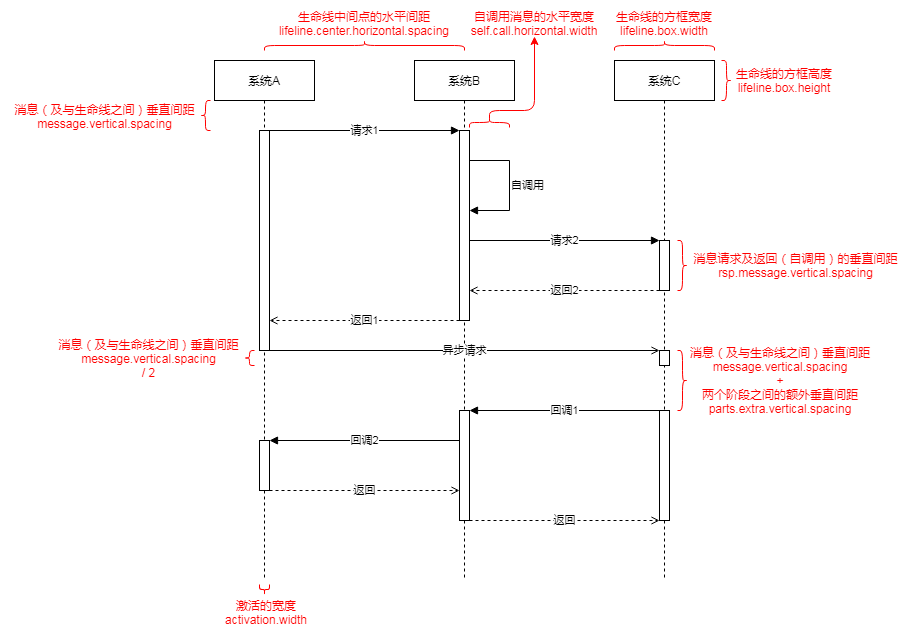
The draw.io diagram pic/position_example.png in Adrninistrator/uml-sequence-diagram-drawio, before a commit. Source tidied: cells renumbered, new cells last; positions are measured from the earlier drawing's top-left corner, leaving out a move shared by most shapes. Its diagram source:
```xml
<mxGraphModel>
  <root>
    <mxCell id="0" />
    <mxCell id="1" parent="0" />
    <mxCell id="2" value="系统A" style="whiteSpace=wrap;shape=umlLifeline;size=40;perimeter=lifelinePerimeter;html=1;" parent="1" vertex="1">
      <mxGeometry x="204" y="115" width="100" height="520" as="geometry" />
    </mxCell>
    <mxCell id="3" value="系统B" style="whiteSpace=wrap;shape=umlLifeline;size=40;perimeter=lifelinePerimeter;html=1;" parent="1" vertex="1">
      <mxGeometry x="404" y="115" width="100" height="520" as="geometry" />
    </mxCell>
    <mxCell id="4" value="系统C" style="whiteSpace=wrap;shape=umlLifeline;size=40;perimeter=lifelinePerimeter;html=1;" parent="1" vertex="1">
      <mxGeometry x="604" y="115" width="100" height="520" as="geometry" />
    </mxCell>
    <mxCell id="5" style="perimeter=orthogonalPerimeter;html=1;" parent="1" vertex="1">
      <mxGeometry x="249" y="185" width="10" height="220" as="geometry" />
    </mxCell>
    <mxCell id="6" style="perimeter=orthogonalPerimeter;html=1;" parent="1" vertex="1">
      <mxGeometry x="249" y="495" width="10" height="50" as="geometry" />
    </mxCell>
    <mxCell id="7" style="perimeter=orthogonalPerimeter;html=1;" parent="1" vertex="1">
      <mxGeometry x="449" y="185" width="10" height="190" as="geometry" />
    </mxCell>
    <mxCell id="8" style="perimeter=orthogonalPerimeter;html=1;" parent="1" vertex="1">
      <mxGeometry x="449" y="465" width="10" height="110" as="geometry" />
    </mxCell>
    <mxCell id="9" style="perimeter=orthogonalPerimeter;html=1;" parent="1" vertex="1">
      <mxGeometry x="649" y="295" width="10" height="50" as="geometry" />
    </mxCell>
    <mxCell id="10" style="perimeter=orthogonalPerimeter;html=1;" parent="1" vertex="1">
      <mxGeometry x="649" y="405" width="10" height="15" as="geometry" />
    </mxCell>
    <mxCell id="11" style="perimeter=orthogonalPerimeter;html=1;" parent="1" vertex="1">
      <mxGeometry x="649" y="465" width="10" height="110" as="geometry" />
    </mxCell>
    <mxCell id="12" value="请求1" style="endFill=1;html=1;endArrow=block;" parent="1" edge="1">
      <mxGeometry relative="1" as="geometry">
        <mxPoint x="259" y="185" as="sourcePoint" />
        <mxPoint x="449" y="185" as="targetPoint" />
      </mxGeometry>
    </mxCell>
    <mxCell id="13" value="自调用" style="endFill=1;rounded=0;html=1;endArrow=block;align=left;" parent="1" edge="1">
      <mxGeometry relative="1" as="geometry">
        <mxPoint x="459" y="215" as="sourcePoint" />
        <mxPoint x="459" y="265" as="targetPoint" />
        <Array as="points">
          <mxPoint x="499" y="215" />
          <mxPoint x="499" y="265" />
        </Array>
      </mxGeometry>
    </mxCell>
    <mxCell id="14" value="请求2" style="endFill=1;html=1;endArrow=block;" parent="1" edge="1">
      <mxGeometry relative="1" as="geometry">
        <mxPoint x="459" y="295" as="sourcePoint" />
        <mxPoint x="649" y="295" as="targetPoint" />
      </mxGeometry>
    </mxCell>
    <mxCell id="15" value="返回2" style="dashed=1;endFill=0;html=1;endArrow=open;" parent="1" edge="1">
      <mxGeometry relative="1" as="geometry">
        <mxPoint x="649" y="345" as="sourcePoint" />
        <mxPoint x="459" y="345" as="targetPoint" />
      </mxGeometry>
    </mxCell>
    <mxCell id="16" value="返回1" style="dashed=1;endFill=0;html=1;endArrow=open;" parent="1" edge="1">
      <mxGeometry relative="1" as="geometry">
        <mxPoint x="449" y="375" as="sourcePoint" />
        <mxPoint x="259" y="375" as="targetPoint" />
      </mxGeometry>
    </mxCell>
    <mxCell id="17" value="异步请求" style="endFill=0;html=1;endArrow=open;" parent="1" edge="1">
      <mxGeometry relative="1" as="geometry">
        <mxPoint x="259" y="405" as="sourcePoint" />
        <mxPoint x="649" y="405" as="targetPoint" />
      </mxGeometry>
    </mxCell>
    <mxCell id="18" value="回调1" style="endFill=1;html=1;endArrow=block;" parent="1" edge="1">
      <mxGeometry relative="1" as="geometry">
        <mxPoint x="649" y="465" as="sourcePoint" />
        <mxPoint x="459" y="465" as="targetPoint" />
      </mxGeometry>
    </mxCell>
    <mxCell id="19" value="回调2" style="endFill=1;html=1;endArrow=block;" parent="1" edge="1">
      <mxGeometry relative="1" as="geometry">
        <mxPoint x="449" y="495" as="sourcePoint" />
        <mxPoint x="259" y="495" as="targetPoint" />
      </mxGeometry>
    </mxCell>
    <mxCell id="20" value="返回" style="dashed=1;endFill=0;html=1;endArrow=open;" parent="1" edge="1">
      <mxGeometry relative="1" as="geometry">
        <mxPoint x="259" y="545" as="sourcePoint" />
        <mxPoint x="449" y="545" as="targetPoint" />
      </mxGeometry>
    </mxCell>
    <mxCell id="21" value="返回" style="dashed=1;endFill=0;html=1;endArrow=open;" parent="1" edge="1">
      <mxGeometry relative="1" as="geometry">
        <mxPoint x="459" y="575" as="sourcePoint" />
        <mxPoint x="649" y="575" as="targetPoint" />
      </mxGeometry>
    </mxCell>
    <mxCell id="22" style="shape=curlyBracket;whiteSpace=wrap;html=1;rounded=1;strokeColor=#FF0000;" parent="1" vertex="1">
      <mxGeometry x="190" y="155" width="10" height="30" as="geometry" />
    </mxCell>
    <mxCell id="23" value="&lt;font color=&quot;#ff0000&quot;&gt;消息（及与生命线之间）垂直间距&lt;br&gt;message.vertical.spacing&lt;br&gt;&lt;/font&gt;" style="text;whiteSpace=wrap;html=1;align=center;verticalAlign=middle;" parent="1" vertex="1">
      <mxGeometry y="158" width="189" height="25" as="geometry" />
    </mxCell>
    <mxCell id="24" style="shape=curlyBracket;whiteSpace=wrap;html=1;rounded=1;strokeColor=#FF0000;" parent="1" vertex="1">
      <mxGeometry x="234" y="405" width="10" height="15" as="geometry" />
    </mxCell>
    <mxCell id="25" value="&lt;font color=&quot;#ff0000&quot;&gt;消息（及与生命线之间）垂直间距&lt;br&gt;message.vertical.spacing&lt;br&gt;/ 2&lt;/font&gt;" style="text;whiteSpace=wrap;html=1;align=center;verticalAlign=middle;" parent="1" vertex="1">
      <mxGeometry x="44" y="384.5" width="189" height="56" as="geometry" />
    </mxCell>
    <mxCell id="26" style="shape=curlyBracket;whiteSpace=wrap;html=1;rounded=1;strokeColor=#FF0000;rotation=-91;" parent="1" vertex="1">
      <mxGeometry x="249" y="639" width="10" height="10" as="geometry" />
    </mxCell>
    <mxCell id="27" value="&lt;div&gt;&lt;font color=&quot;#ff0000&quot;&gt;激活的宽度&lt;/font&gt;&lt;/div&gt;&lt;div&gt;&lt;font color=&quot;#ff0000&quot;&gt;activation.width&lt;/font&gt;&lt;/div&gt;" style="text;whiteSpace=wrap;html=1;align=center;verticalAlign=middle;" parent="1" vertex="1">
      <mxGeometry x="214" y="654" width="84" height="25" as="geometry" />
    </mxCell>
    <mxCell id="28" style="shape=curlyBracket;whiteSpace=wrap;html=1;rounded=1;strokeColor=#FF0000;rotation=90;" parent="1" vertex="1">
      <mxGeometry x="349" width="10" height="200" as="geometry" />
    </mxCell>
    <mxCell id="29" value="&lt;font color=&quot;#ff0000&quot;&gt;生命线中间点的水平间距&lt;br&gt;lifeline.center.horizontal.spacing&lt;/font&gt;" style="text;whiteSpace=wrap;html=1;align=center;verticalAlign=middle;" parent="1" vertex="1">
      <mxGeometry x="254" y="65" width="200" height="26" as="geometry" />
    </mxCell>
    <mxCell id="30" style="shape=curlyBracket;whiteSpace=wrap;html=1;rounded=1;strokeColor=#FF0000;rotation=90;" parent="1" vertex="1">
      <mxGeometry x="649" y="50" width="10" height="100" as="geometry" />
    </mxCell>
    <mxCell id="31" value="&lt;div&gt;&lt;font color=&quot;#ff0000&quot;&gt;生命线的方框宽度&lt;/font&gt;&lt;/div&gt;&lt;div&gt;&lt;font color=&quot;#ff0000&quot;&gt;lifeline.box.width&lt;/font&gt;&lt;/div&gt;" style="text;whiteSpace=wrap;html=1;align=center;verticalAlign=middle;" parent="1" vertex="1">
      <mxGeometry x="604" y="65" width="100" height="26" as="geometry" />
    </mxCell>
    <mxCell id="32" value="&lt;div&gt;&lt;font color=&quot;#ff0000&quot;&gt;自调用消息的水平宽度&lt;/font&gt;&lt;/div&gt;&lt;div&gt;&lt;font color=&quot;#ff0000&quot;&gt;self.call.horizontal.width&lt;/font&gt;&lt;/div&gt;" style="text;whiteSpace=wrap;html=1;align=center;verticalAlign=middle;" parent="1" vertex="1">
      <mxGeometry x="459" y="65" width="130" height="26" as="geometry" />
    </mxCell>
    <mxCell id="33" style="shape=curlyBracket;whiteSpace=wrap;html=1;rounded=1;strokeColor=#FF0000;rotation=-180;" parent="1" vertex="1">
      <mxGeometry x="711" y="115" width="10" height="40" as="geometry" />
    </mxCell>
    <mxCell id="34" value="&lt;div&gt;&lt;font color=&quot;#ff0000&quot;&gt;生命线的方框高度&lt;/font&gt;&lt;/div&gt;&lt;div&gt;&lt;font color=&quot;#ff0000&quot;&gt;lifeline.box.height&lt;/font&gt;&lt;/div&gt;" style="text;whiteSpace=wrap;html=1;align=center;verticalAlign=middle;" parent="1" vertex="1">
      <mxGeometry x="724" y="122" width="100" height="26" as="geometry" />
    </mxCell>
    <mxCell id="35" style="shape=curlyBracket;whiteSpace=wrap;html=1;rounded=1;strokeColor=#FF0000;rotation=-180;" parent="1" vertex="1">
      <mxGeometry x="667" y="295" width="10" height="50" as="geometry" />
    </mxCell>
    <mxCell id="36" value="&lt;div&gt;&lt;font color=&quot;#ff0000&quot;&gt;消息请求及返回（自调用）的垂直间距&lt;/font&gt;&lt;/div&gt;&lt;div&gt;&lt;font color=&quot;#ff0000&quot;&gt;rsp.message.vertical.spacing&lt;/font&gt;&lt;/div&gt;" style="text;whiteSpace=wrap;html=1;align=center;verticalAlign=middle;" parent="1" vertex="1">
      <mxGeometry x="677" y="307" width="217" height="26" as="geometry" />
    </mxCell>
    <mxCell id="37" style="shape=curlyBracket;whiteSpace=wrap;html=1;rounded=1;strokeColor=#FF0000;rotation=-180;" parent="1" vertex="1">
      <mxGeometry x="667" y="405" width="10" height="60" as="geometry" />
    </mxCell>
    <mxCell id="38" value="&lt;div&gt;&lt;font color=&quot;#ff0000&quot;&gt;消息（及与生命线之间）垂直间距&lt;br&gt;&lt;/font&gt;&lt;/div&gt;&lt;div&gt;&lt;font color=&quot;#ff0000&quot;&gt;message.vertical.spacing&lt;/font&gt;&lt;/div&gt;&lt;div&gt;&lt;font color=&quot;#ff0000&quot;&gt;+&lt;/font&gt;&lt;/div&gt;&lt;div&gt;&lt;font color=&quot;#ff0000&quot;&gt;两个阶段之间的额外垂直间距&lt;br&gt;&lt;/font&gt;&lt;/div&gt;&lt;div&gt;&lt;font color=&quot;#ff0000&quot;&gt;parts.extra.vertical.spacing&lt;/font&gt;&lt;/div&gt;" style="text;whiteSpace=wrap;html=1;align=center;verticalAlign=middle;" parent="1" vertex="1">
      <mxGeometry x="676" y="398.5" width="188" height="73" as="geometry" />
    </mxCell>
    <mxCell id="39" style="edgeStyle=elbowEdgeStyle;elbow=vertical;endArrow=classic;html=1;exitX=0.1;exitY=0.5;exitDx=0;exitDy=0;exitPerimeter=0;strokeColor=#FF0000;" parent="1" edge="1" source="40">
      <mxGeometry relative="1" as="geometry">
        <mxPoint x="524" y="91" as="targetPoint" />
        <Array as="points">
          <mxPoint x="504" y="165" />
        </Array>
      </mxGeometry>
    </mxCell>
    <mxCell id="40" style="shape=curlyBracket;whiteSpace=wrap;html=1;rounded=1;strokeColor=#FF0000;rotation=90;" parent="1" vertex="1">
      <mxGeometry x="474" y="157" width="10" height="40" as="geometry" />
    </mxCell>
  </root>
</mxGraphModel>
```
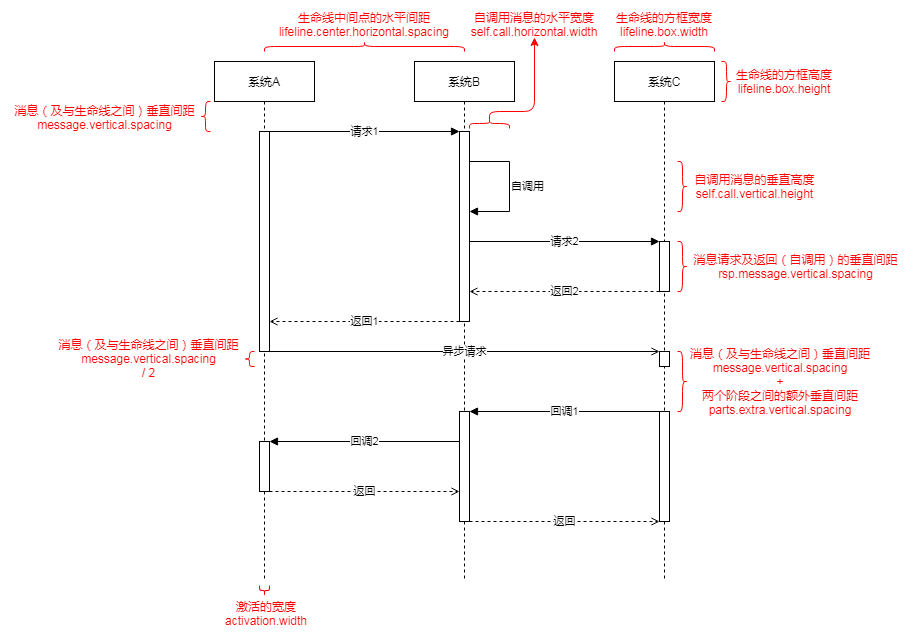
Later version of the same file.

What changed in the source:
```diff
@@ -158,5 +158,11 @@
     <mxCell id="40" style="shape=curlyBracket;whiteSpace=wrap;html=1;rounded=1;strokeColor=#FF0000;rotation=90;" parent="1" vertex="1">
       <mxGeometry x="474" y="157" width="10" height="40" as="geometry" />
     </mxCell>
+    <mxCell id="41" style="shape=curlyBracket;whiteSpace=wrap;html=1;rounded=1;strokeColor=#FF0000;rotation=-180;" parent="1" vertex="1">
+      <mxGeometry x="667" y="215" width="10" height="50" as="geometry" />
+    </mxCell>
+    <mxCell id="42" value="&lt;div&gt;&lt;font color=&quot;#ff0000&quot;&gt;自调用消息的垂直高度&lt;/font&gt;&lt;/div&gt;&lt;div&gt;&lt;font color=&quot;#ff0000&quot;&gt;self.call.vertical.height&lt;/font&gt;&lt;/div&gt;" style="text;whiteSpace=wrap;html=1;align=center;verticalAlign=middle;" parent="1" vertex="1">
+      <mxGeometry x="676" y="227" width="137" height="26" as="geometry" />
+    </mxCell>
   </root>
 </mxGraphModel>
```
